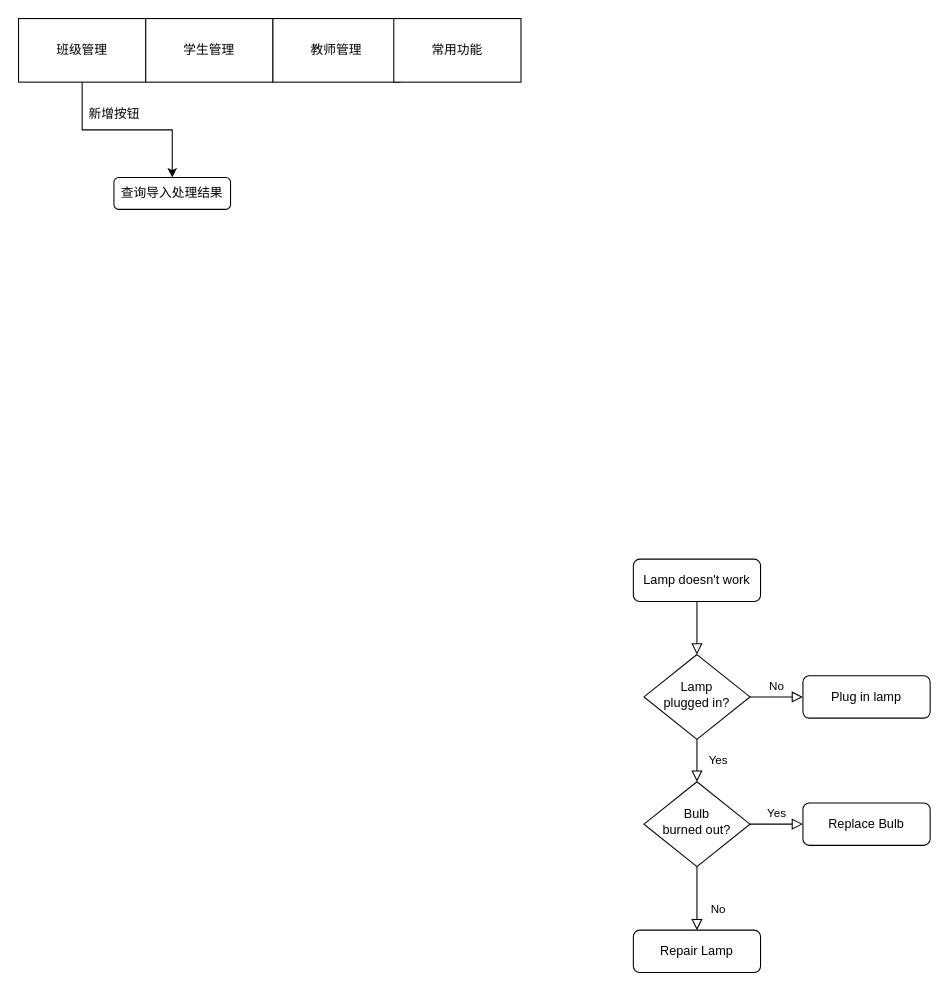
The draw.io diagram Untitled Diagram.drawio in jinlianglou/-, before the edit. Source tidied: cells renumbered, new cells numbered last; positions are measured from the earlier drawing's top-left corner, leaving out a move shared by most shapes. Both pictures are drawn from the tidied source at 106%, with x=0, y=0 at pixel (18, 18).
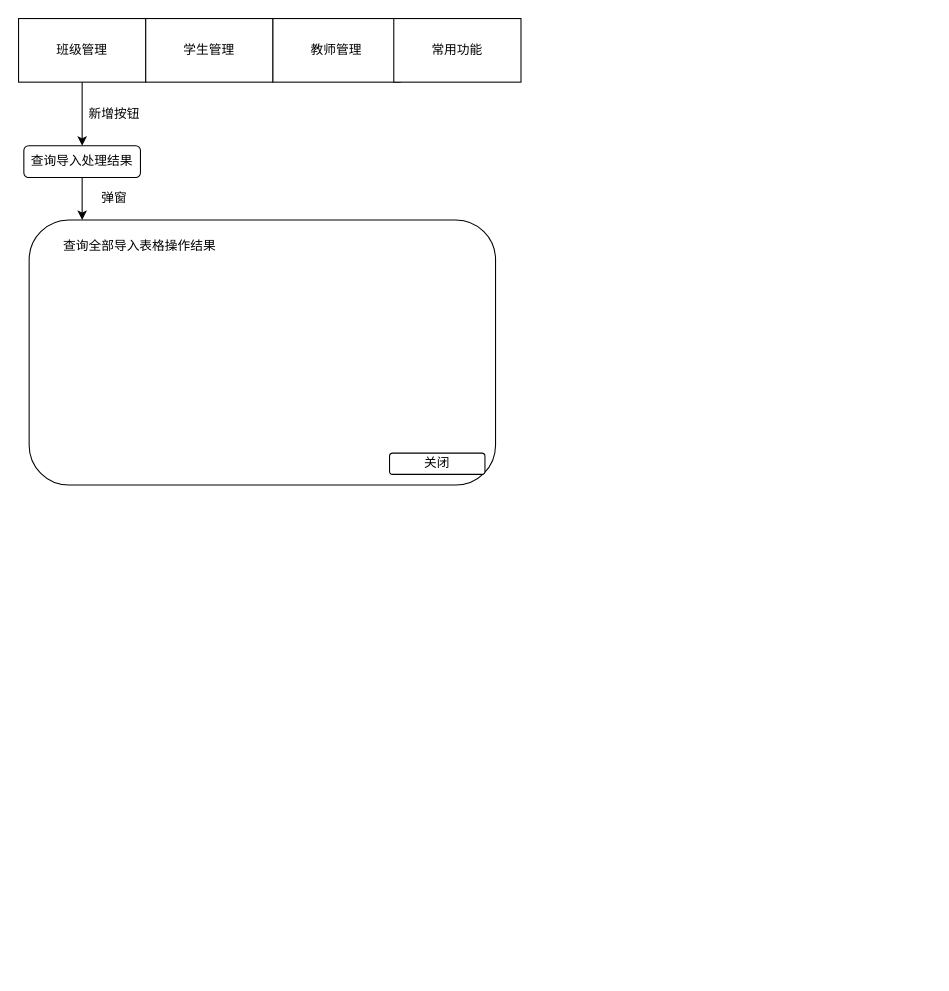
The same page after the edit.

Change to the diagram source:
```diff
@@
 <mxGraphModel>
   <root>
     <mxCell id="0" />
     <mxCell id="1" parent="0" />
-    <mxCell id="2" style="rounded=0;html=1;jettySize=auto;fontSize=11;endArrow=block;endFill=0;endSize=8;strokeWidth=1;shadow=0;labelBackgroundColor=none;edgeStyle=orthogonalEdgeStyle;" parent="1" edge="1" source="3" target="6">
-      <mxGeometry relative="1" as="geometry" />
-    </mxCell>
-    <mxCell id="3" value="Lamp doesn't work" style="rounded=1;whiteSpace=wrap;html=1;fontSize=12;glass=0;strokeWidth=1;shadow=0;" parent="1" vertex="1">
-      <mxGeometry x="580" y="510" width="120" height="40" as="geometry" />
-    </mxCell>
-    <mxCell id="4" value="Yes" style="rounded=0;html=1;jettySize=auto;fontSize=11;endArrow=block;endFill=0;endSize=8;strokeWidth=1;shadow=0;labelBackgroundColor=none;edgeStyle=orthogonalEdgeStyle;" parent="1" edge="1" source="6" target="10">
-      <mxGeometry y="20" relative="1" as="geometry" />
-    </mxCell>
-    <mxCell id="5" value="No" style="edgeStyle=orthogonalEdgeStyle;rounded=0;html=1;jettySize=auto;fontSize=11;endArrow=block;endFill=0;endSize=8;strokeWidth=1;shadow=0;labelBackgroundColor=none;" parent="1" edge="1" source="6" target="7">
-      <mxGeometry y="10" relative="1" as="geometry" />
-    </mxCell>
-    <mxCell id="6" value="Lamp&lt;br&gt;plugged in?" style="rhombus;whiteSpace=wrap;html=1;shadow=0;fontFamily=Helvetica;fontSize=12;align=center;strokeWidth=1;spacing=6;spacingTop=-4;" parent="1" vertex="1">
-      <mxGeometry x="590" y="600" width="100" height="80" as="geometry" />
-    </mxCell>
-    <mxCell id="7" value="Plug in lamp" style="rounded=1;whiteSpace=wrap;html=1;fontSize=12;glass=0;strokeWidth=1;shadow=0;" parent="1" vertex="1">
-      <mxGeometry x="740" y="620" width="120" height="40" as="geometry" />
-    </mxCell>
-    <mxCell id="8" value="No" style="rounded=0;html=1;jettySize=auto;fontSize=11;endArrow=block;endFill=0;endSize=8;strokeWidth=1;shadow=0;labelBackgroundColor=none;edgeStyle=orthogonalEdgeStyle;" parent="1" edge="1" source="10" target="11">
-      <mxGeometry x="0.33" y="20" relative="1" as="geometry" />
-    </mxCell>
-    <mxCell id="9" value="Yes" style="edgeStyle=orthogonalEdgeStyle;rounded=0;html=1;jettySize=auto;fontSize=11;endArrow=block;endFill=0;endSize=8;strokeWidth=1;shadow=0;labelBackgroundColor=none;" parent="1" edge="1" source="10" target="12">
-      <mxGeometry y="10" relative="1" as="geometry" />
-    </mxCell>
-    <mxCell id="10" value="Bulb&lt;br&gt;burned out?" style="rhombus;whiteSpace=wrap;html=1;shadow=0;fontFamily=Helvetica;fontSize=12;align=center;strokeWidth=1;spacing=6;spacingTop=-4;" parent="1" vertex="1">
-      <mxGeometry x="590" y="720" width="100" height="80" as="geometry" />
-    </mxCell>
-    <mxCell id="11" value="Repair Lamp" style="rounded=1;whiteSpace=wrap;html=1;fontSize=12;glass=0;strokeWidth=1;shadow=0;" parent="1" vertex="1">
-      <mxGeometry x="580" y="860" width="120" height="40" as="geometry" />
-    </mxCell>
-    <mxCell id="12" value="Replace Bulb" style="rounded=1;whiteSpace=wrap;html=1;fontSize=12;glass=0;strokeWidth=1;shadow=0;" parent="1" vertex="1">
-      <mxGeometry x="740" y="740" width="120" height="40" as="geometry" />
-    </mxCell>
     <mxCell id="13" style="edgeStyle=orthogonalEdgeStyle;rounded=0;jettySize=auto;html=1;" parent="1" edge="1" source="14" target="19">
       <mxGeometry relative="1" as="geometry" />
     </mxCell>
     <mxCell id="14" value="班级管理" style="rounded=0;whiteSpace=wrap;html=1;" parent="1" vertex="1">
       <mxGeometry width="120" height="60" as="geometry" />
     </mxCell>
     <mxCell id="15" value="学生管理" style="rounded=0;whiteSpace=wrap;html=1;" parent="1" vertex="1">
       <mxGeometry x="120" width="120" height="60" as="geometry" />
     </mxCell>
     <mxCell id="16" value="教师管理" style="rounded=0;whiteSpace=wrap;html=1;" parent="1" vertex="1">
       <mxGeometry x="240" width="120" height="60" as="geometry" />
     </mxCell>
     <mxCell id="17" value="常用功能" style="rounded=0;whiteSpace=wrap;html=1;" parent="1" vertex="1">
       <mxGeometry x="354" width="120" height="60" as="geometry" />
     </mxCell>
     <mxCell id="18" value="新增按钮" style="text;html=1;align=center;verticalAlign=middle;strokeColor=none;fillColor=none;" parent="1" vertex="1">
       <mxGeometry x="60" y="80" width="60" height="20" as="geometry" />
     </mxCell>
+    <mxCell id="20" style="edgeStyle=orthogonalEdgeStyle;rounded=0;jettySize=auto;html=1;" parent="1" edge="1" source="19">
+      <mxGeometry relative="1" as="geometry">
+        <mxPoint x="60" y="190" as="targetPoint" />
+      </mxGeometry>
+    </mxCell>
     <mxCell id="19" value="查询导入处理结果" style="rounded=1;whiteSpace=wrap;html=1;" parent="1" vertex="1">
-      <mxGeometry x="90" y="150" width="110" height="30" as="geometry" />
+      <mxGeometry x="5" y="120" width="110" height="30" as="geometry" />
     </mxCell>
+    <mxCell id="21" value="弹窗" style="text;html=1;align=center;verticalAlign=middle;strokeColor=none;fillColor=none;" parent="1" vertex="1">
+      <mxGeometry x="70" y="160" width="40" height="20" as="geometry" />
+    </mxCell>
+    <mxCell id="22" style="group;" parent="1" vertex="1">
+      <mxGeometry x="10" y="190" width="440" height="250" as="geometry" />
+    </mxCell>
+    <mxCell id="23" style="rounded=1;whiteSpace=wrap;html=1;" parent="22" vertex="1">
+      <mxGeometry width="440" height="250" as="geometry" />
+    </mxCell>
+    <mxCell id="24" value="查询全部导入表格操作结果" style="text;html=1;strokeColor=none;fillColor=none;align=center;verticalAlign=middle;whiteSpace=wrap;rounded=0;" parent="22" vertex="1">
+      <mxGeometry x="11.6" y="12.5" width="185.3" height="25" as="geometry" />
+    </mxCell>
+    <mxCell id="25" value="关闭" style="rounded=1;whiteSpace=wrap;html=1;" parent="22" vertex="1">
+      <mxGeometry x="340" y="220" width="90" height="20" as="geometry" />
+    </mxCell>
   </root>
 </mxGraphModel>
```
